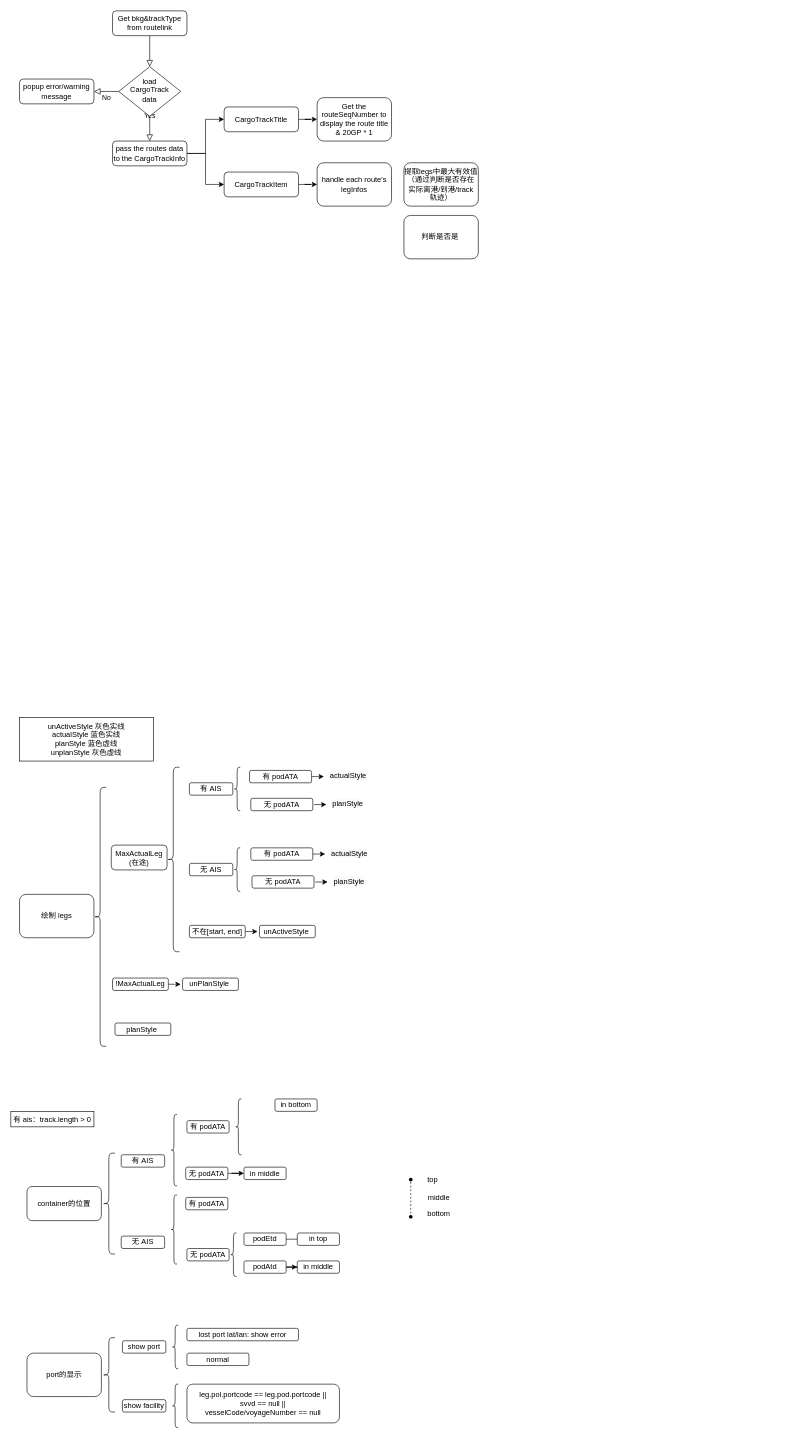
Above: Untitled Diagram.drawio in Leewansze/Basic-exercises (draw.io), before the change. Source tidied: cells renumbered, new cells numbered last; positions are measured from the earlier drawing's top-left corner, leaving out a move shared by most shapes. Both pictures are drawn from the tidied source at 62%, with x=0, y=0 at pixel (11, 11).
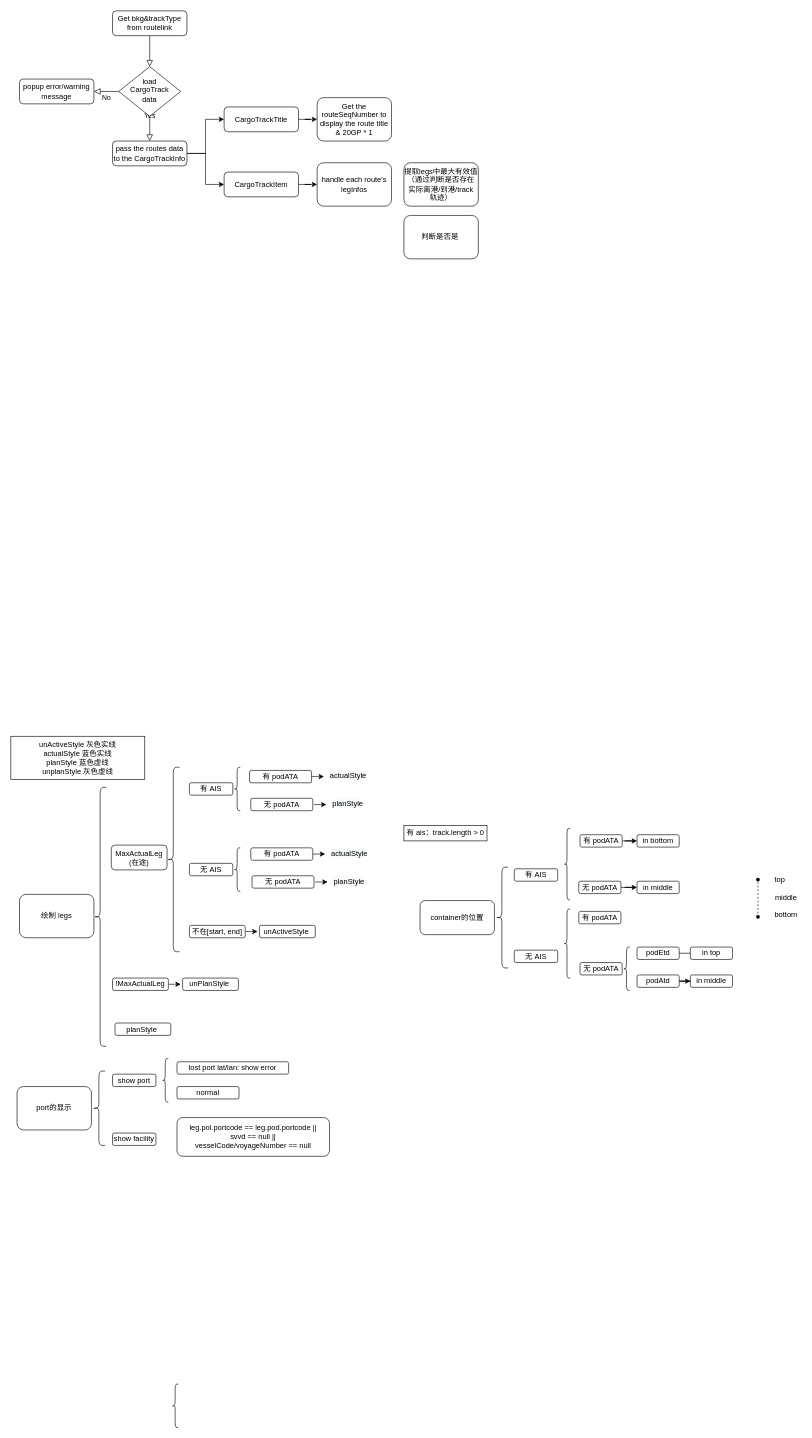
Above is the later version.

What changed in the source:
```diff
@@
     <mxCell id="20" value="container的位置" style="rounded=1;whiteSpace=wrap;html=1;fontSize=12;glass=0;strokeWidth=1;shadow=0;" parent="1" vertex="1">
-      <mxGeometry x="26" y="1896.2" width="120" height="55" as="geometry" />
+      <mxGeometry x="660" y="1435" width="120" height="55" as="geometry" />
     </mxCell>
     <mxCell id="21" value="port的显示" style="rounded=1;whiteSpace=wrap;html=1;fontSize=12;glass=0;strokeWidth=1;shadow=0;" parent="1" vertex="1">
-      <mxGeometry x="26" y="2165" width="120" height="70" as="geometry" />
+      <mxGeometry x="10" y="1735" width="120" height="70" as="geometry" />
     </mxCell>
     <mxCell id="22" style="shape=curlyBracket;whiteSpace=wrap;html=1;rounded=1;" parent="1" vertex="1">
-      <mxGeometry x="148" y="2140" width="20" height="120" as="geometry" />
+      <mxGeometry x="132" y="1710" width="20" height="120" as="geometry" />
     </mxCell>
     <mxCell id="23" value="show port" style="rounded=1;whiteSpace=wrap;html=1;fontSize=12;glass=0;strokeWidth=1;shadow=0;" parent="1" vertex="1">
-      <mxGeometry x="180" y="2145" width="70" height="20" as="geometry" />
+      <mxGeometry x="164" y="1715" width="70" height="20" as="geometry" />
     </mxCell>
     <mxCell id="24" value="show facility" style="rounded=1;whiteSpace=wrap;html=1;fontSize=12;glass=0;strokeWidth=1;shadow=0;" parent="1" vertex="1">
-      <mxGeometry x="180" y="2240" width="70" height="20" as="geometry" />
+      <mxGeometry x="164" y="1810" width="70" height="20" as="geometry" />
     </mxCell>
     <mxCell id="25" style="shape=curlyBracket;whiteSpace=wrap;html=1;rounded=1;" parent="1" vertex="1">
-      <mxGeometry x="260" y="2120" width="10" height="70" as="geometry" />
+      <mxGeometry x="244" y="1690" width="10" height="70" as="geometry" />
     </mxCell>
     <mxCell id="26" value="lost port lat/lan: show error" style="rounded=1;whiteSpace=wrap;html=1;fontSize=12;glass=0;strokeWidth=1;shadow=0;" parent="1" vertex="1">
-      <mxGeometry x="284" y="2125" width="180" height="20" as="geometry" />
+      <mxGeometry x="268" y="1695" width="180" height="20" as="geometry" />
     </mxCell>
     <mxCell id="27" value="normal" style="rounded=1;whiteSpace=wrap;html=1;fontSize=12;glass=0;strokeWidth=1;shadow=0;" parent="1" vertex="1">
-      <mxGeometry x="284" y="2165" width="100" height="20" as="geometry" />
+      <mxGeometry x="268" y="1735" width="100" height="20" as="geometry" />
     </mxCell>
@@
     <mxCell id="29" value="leg.pol.portcode == leg.pod.portcode || &lt;br&gt;svvd == null || &lt;br&gt;vesselCode/voyageNumber == null" style="rounded=1;whiteSpace=wrap;html=1;fontSize=12;glass=0;strokeWidth=1;shadow=0;" parent="1" vertex="1">
-      <mxGeometry x="284" y="2215" width="246" height="62.5" as="geometry" />
+      <mxGeometry x="268" y="1785" width="246" height="62.5" as="geometry" />
     </mxCell>
     <mxCell id="30" style="shape=curlyBracket;whiteSpace=wrap;html=1;rounded=1;" parent="1" vertex="1">
-      <mxGeometry x="148" y="1842.5" width="20" height="162.5" as="geometry" />
+      <mxGeometry x="782" y="1381.2" width="20" height="162.5" as="geometry" />
     </mxCell>
     <mxCell id="31" value="有 AIS" style="rounded=1;whiteSpace=wrap;html=1;fontSize=12;glass=0;strokeWidth=1;shadow=0;" parent="1" vertex="1">
-      <mxGeometry x="178" y="1845" width="70" height="20" as="geometry" />
+      <mxGeometry x="812" y="1383.8" width="70" height="20" as="geometry" />
     </mxCell>
     <mxCell id="32" value="无 AIS" style="rounded=1;whiteSpace=wrap;html=1;fontSize=12;glass=0;strokeWidth=1;shadow=0;" parent="1" vertex="1">
-      <mxGeometry x="178" y="1976.2" width="70" height="20" as="geometry" />
+      <mxGeometry x="812" y="1515" width="70" height="20" as="geometry" />
     </mxCell>
     <mxCell id="33" style="shape=curlyBracket;whiteSpace=wrap;html=1;rounded=1;" parent="1" vertex="1">
-      <mxGeometry x="258" y="1780" width="10" height="115" as="geometry" />
+      <mxGeometry x="892" y="1318.8" width="10" height="115" as="geometry" />
     </mxCell>
+    <mxCell id="84" style="edgeStyle=orthogonalEdgeStyle;rounded=0;jettySize=auto;html=1;entryX=0;entryY=0.5;entryDx=0;entryDy=0;" parent="1" edge="1" source="34" target="51">
+      <mxGeometry relative="1" as="geometry" />
+    </mxCell>
     <mxCell id="34" value="有 podATA" style="rounded=1;whiteSpace=wrap;html=1;fontSize=12;glass=0;strokeWidth=1;shadow=0;" parent="1" vertex="1">
-      <mxGeometry x="284" y="1790" width="68" height="20" as="geometry" />
+      <mxGeometry x="918" y="1328.8" width="68" height="20" as="geometry" />
     </mxCell>
@@
     <mxCell id="36" value="无 podATA" style="rounded=1;whiteSpace=wrap;html=1;fontSize=12;glass=0;strokeWidth=1;shadow=0;" parent="1" vertex="1">
-      <mxGeometry x="282" y="1865" width="68" height="20" as="geometry" />
+      <mxGeometry x="916" y="1403.8" width="68" height="20" as="geometry" />
     </mxCell>
     <mxCell id="37" style="shape=curlyBracket;whiteSpace=wrap;html=1;rounded=1;" parent="1" vertex="1">
-      <mxGeometry x="258" y="1910" width="10" height="111.2" as="geometry" />
+      <mxGeometry x="892" y="1448.8" width="10" height="111.2" as="geometry" />
     </mxCell>
@@
     <mxCell id="43" value="unActiveStyle 灰色实线&lt;br&gt;actualStyle 蓝色实线&lt;br&gt;planStyle 蓝色虚线&lt;br&gt;unplanStyle 灰色虚线" style="rounded=0;whiteSpace=wrap;html=1;" parent="1" vertex="1">
-      <mxGeometry x="14" y="1140" width="216" height="70" as="geometry" />
+      <mxGeometry y="1170" width="216" height="70" as="geometry" />
     </mxCell>
     <mxCell id="44" value="有 ais：track.length &amp;gt; 0" style="rounded=0;whiteSpace=wrap;html=1;" parent="1" vertex="1">
-      <mxGeometry y="1775" width="134" height="25" as="geometry" />
+      <mxGeometry x="634" y="1313.8" width="134" height="25" as="geometry" />
     </mxCell>
     <mxCell id="45" style="shape=waypoint;sketch=0;fillStyle=solid;size=6;fillColor=none;perimeter=centerPerimeter;" parent="1" vertex="1">
-      <mxGeometry x="625" y="1865" width="40" height="40" as="geometry" />
+      <mxGeometry x="1185" y="1381.2" width="40" height="40" as="geometry" />
     </mxCell>
     <mxCell id="46" style="line;strokeWidth=1;direction=south;html=1;dashed=1;" parent="1" vertex="1">
-      <mxGeometry x="640" y="1888.8" width="10" height="56.2" as="geometry" />
+      <mxGeometry x="1200" y="1405" width="10" height="56.2" as="geometry" />
     </mxCell>
     <mxCell id="47" style="shape=waypoint;sketch=0;fillStyle=solid;size=6;fillColor=none;perimeter=centerPerimeter;" parent="1" vertex="1">
-      <mxGeometry x="625" y="1925" width="40" height="40" as="geometry" />
+      <mxGeometry x="1185" y="1441.2" width="40" height="40" as="geometry" />
     </mxCell>
     <mxCell id="48" value="top" style="text;html=1;align=center;verticalAlign=middle;strokeColor=none;" parent="1" vertex="1">
-      <mxGeometry x="665" y="1875" width="30" height="20" as="geometry" />
+      <mxGeometry x="1225" y="1391.2" width="30" height="20" as="geometry" />
     </mxCell>
     <mxCell id="49" value="bottom" style="text;html=1;align=center;verticalAlign=middle;strokeColor=none;" parent="1" vertex="1">
-      <mxGeometry x="665" y="1931.2" width="50" height="20" as="geometry" />
+      <mxGeometry x="1225" y="1447.5" width="50" height="20" as="geometry" />
     </mxCell>
     <mxCell id="50" value="middle" style="text;html=1;align=center;verticalAlign=middle;strokeColor=none;" parent="1" vertex="1">
-      <mxGeometry x="665" y="1905" width="50" height="20" as="geometry" />
+      <mxGeometry x="1225" y="1421.2" width="50" height="20" as="geometry" />
     </mxCell>
     <mxCell id="51" value="in bottom" style="rounded=1;whiteSpace=wrap;html=1;fontSize=12;glass=0;strokeWidth=1;shadow=0;" parent="1" vertex="1">
-      <mxGeometry x="426" y="1755" width="68" height="20" as="geometry" />
+      <mxGeometry x="1010" y="1328.8" width="68" height="20" as="geometry" />
     </mxCell>
     <mxCell id="52" style="shape=curlyBracket;whiteSpace=wrap;html=1;rounded=1;" parent="1" vertex="1">
-      <mxGeometry x="354" y="1971.2" width="10" height="70" as="geometry" />
+      <mxGeometry x="988" y="1510" width="10" height="70" as="geometry" />
     </mxCell>
     <mxCell id="53" style="edgeStyle=orthogonalEdgeStyle;rounded=0;jettySize=auto;html=1;" parent="1" edge="1" source="54">
       <mxGeometry relative="1" as="geometry">
-        <mxPoint x="462" y="1981.2" as="targetPoint" />
+        <mxPoint x="1096" y="1520" as="targetPoint" />
       </mxGeometry>
     </mxCell>
     <mxCell id="54" value="podEtd" style="rounded=1;whiteSpace=wrap;html=1;fontSize=12;glass=0;strokeWidth=1;shadow=0;" parent="1" vertex="1">
-      <mxGeometry x="376" y="1971.2" width="68" height="20" as="geometry" />
+      <mxGeometry x="1010" y="1510" width="68" height="20" as="geometry" />
     </mxCell>
@@
     <mxCell id="56" value="podAtd" style="rounded=1;whiteSpace=wrap;html=1;fontSize=12;glass=0;strokeWidth=1;shadow=0;" parent="1" vertex="1">
-      <mxGeometry x="376" y="2016.2" width="68" height="20" as="geometry" />
+      <mxGeometry x="1010" y="1555" width="68" height="20" as="geometry" />
     </mxCell>
     <mxCell id="57" value="in top" style="rounded=1;whiteSpace=wrap;html=1;fontSize=12;glass=0;strokeWidth=1;shadow=0;" parent="1" vertex="1">
-      <mxGeometry x="462" y="1971.2" width="68" height="20" as="geometry" />
+      <mxGeometry x="1096" y="1510" width="68" height="20" as="geometry" />
     </mxCell>
     <mxCell id="58" value="in middle" style="rounded=1;whiteSpace=wrap;html=1;fontSize=12;glass=0;strokeWidth=1;shadow=0;" parent="1" vertex="1">
-      <mxGeometry x="462" y="2016.2" width="68" height="20" as="geometry" />
+      <mxGeometry x="1096" y="1555" width="68" height="20" as="geometry" />
     </mxCell>
     <mxCell id="59" value="有 podATA" style="rounded=1;whiteSpace=wrap;html=1;fontSize=12;glass=0;strokeWidth=1;shadow=0;" parent="1" vertex="1">
-      <mxGeometry x="282" y="1913.8" width="68" height="20" as="geometry" />
+      <mxGeometry x="916" y="1452.5" width="68" height="20" as="geometry" />
     </mxCell>
     <mxCell id="60" value="无 podATA" style="rounded=1;whiteSpace=wrap;html=1;fontSize=12;glass=0;strokeWidth=1;shadow=0;" parent="1" vertex="1">
-      <mxGeometry x="284" y="1996.2" width="68" height="20" as="geometry" />
+      <mxGeometry x="918" y="1535" width="68" height="20" as="geometry" />
     </mxCell>
     <mxCell id="61" value="in middle" style="rounded=1;whiteSpace=wrap;html=1;fontSize=12;glass=0;strokeWidth=1;shadow=0;" parent="1" vertex="1">
-      <mxGeometry x="376" y="1865" width="68" height="20" as="geometry" />
+      <mxGeometry x="1010" y="1403.8" width="68" height="20" as="geometry" />
     </mxCell>
-    <mxCell id="62" style="shape=curlyBracket;whiteSpace=wrap;html=1;rounded=1;" parent="1" vertex="1">
-      <mxGeometry x="362" y="1755" width="10" height="90" as="geometry" />
-    </mxCell>
```
